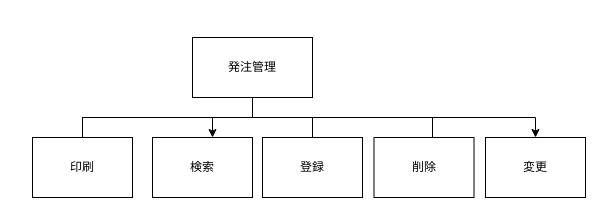
This is サブシステム構造図/発注管理.drawio from Yamanin3/system-devel, a draw.io file, before an edit. Source tidied: cells renumbered, new cells numbered last; positions are measured from the earlier drawing's top-left corner, leaving out a move shared by most shapes. Both pictures are drawn from the tidied source at 100%, with x=0, y=0 at pixel (32, 37).
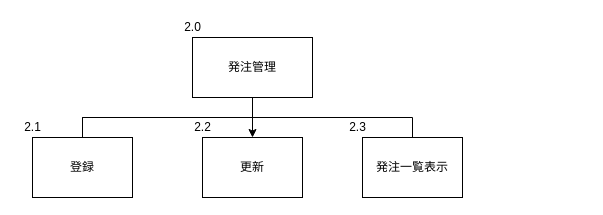
Above is the later version.

Commit message (it also covers changes not shown here):
発注管理IPOと構造図を完成

The edit, as a diff of the source:
```diff
@@
 <mxGraphModel>
   <root>
     <mxCell id="0" />
     <mxCell id="1" parent="0" />
     <mxCell id="2" value="発注管理" style="whiteSpace=wrap;html=1;align=center;" parent="1" vertex="1">
       <mxGeometry x="160" width="120" height="60" as="geometry" />
     </mxCell>
-    <mxCell id="3" value="登録" style="whiteSpace=wrap;html=1;align=center;verticalAlign=middle;" parent="1" vertex="1">
-      <mxGeometry x="230" y="100" width="100" height="60" as="geometry" />
+    <mxCell id="3" value="発注一覧表示" style="whiteSpace=wrap;html=1;align=center;verticalAlign=middle;" parent="1" vertex="1">
+      <mxGeometry x="330" y="100" width="100" height="60" as="geometry" />
     </mxCell>
     <mxCell id="4" style="edgeStyle=elbowEdgeStyle;elbow=vertical;startArrow=none;endArrow=none;rounded=0;" parent="1" edge="1" target="3">
       <mxGeometry relative="1" as="geometry">
         <mxPoint x="220" y="60" as="sourcePoint" />
       </mxGeometry>
     </mxCell>
-    <mxCell id="5" style="edgeStyle=orthogonalEdgeStyle;rounded=0;jettySize=auto;html=1;" parent="1" edge="1" source="6" target="7">
-      <mxGeometry relative="1" as="geometry">
-        <Array as="points">
-          <mxPoint x="400" y="80" />
-          <mxPoint x="503" y="80" />
-        </Array>
-      </mxGeometry>
-    </mxCell>
-    <mxCell id="6" value="削除" style="whiteSpace=wrap;html=1;align=center;verticalAlign=middle;" parent="1" vertex="1">
-      <mxGeometry x="341.5" y="100" width="100" height="60" as="geometry" />
-    </mxCell>
-    <mxCell id="7" value="変更" style="whiteSpace=wrap;html=1;align=center;verticalAlign=middle;" parent="1" vertex="1">
-      <mxGeometry x="453" y="100" width="100" height="60" as="geometry" />
-    </mxCell>
-    <mxCell id="8" style="edgeStyle=elbowEdgeStyle;elbow=vertical;startArrow=none;endArrow=none;rounded=0;" parent="1" edge="1" target="6">
-      <mxGeometry relative="1" as="geometry">
-        <mxPoint x="240" y="80" as="sourcePoint" />
-        <Array as="points">
-          <mxPoint x="400" y="80" />
-          <mxPoint x="370" y="80" />
-        </Array>
-      </mxGeometry>
-    </mxCell>
     <mxCell id="9" style="edgeStyle=orthogonalEdgeStyle;rounded=0;jettySize=auto;html=1;" parent="1" edge="1" source="10" target="11">
       <mxGeometry relative="1" as="geometry">
         <Array as="points">
           <mxPoint x="50" y="80" />
-          <mxPoint x="180" y="80" />
+          <mxPoint x="220" y="80" />
         </Array>
       </mxGeometry>
     </mxCell>
-    <mxCell id="10" value="印刷" style="whiteSpace=wrap;html=1;align=center;verticalAlign=middle;" parent="1" vertex="1">
+    <mxCell id="10" value="登録" style="whiteSpace=wrap;html=1;align=center;verticalAlign=middle;" parent="1" vertex="1">
       <mxGeometry y="100" width="100" height="60" as="geometry" />
     </mxCell>
-    <mxCell id="11" value="検索" style="whiteSpace=wrap;html=1;align=center;verticalAlign=middle;" parent="1" vertex="1">
-      <mxGeometry x="120" y="100" width="100" height="60" as="geometry" />
+    <mxCell id="11" value="更新" style="whiteSpace=wrap;html=1;align=center;verticalAlign=middle;" parent="1" vertex="1">
+      <mxGeometry x="170" y="100" width="100" height="60" as="geometry" />
     </mxCell>
     <mxCell id="12" style="edgeStyle=elbowEdgeStyle;elbow=vertical;startArrow=none;endArrow=none;rounded=0;exitX=0.5;exitY=1;exitDx=0;exitDy=0;" parent="1" edge="1" source="2" target="10">
       <mxGeometry relative="1" as="geometry" />
     </mxCell>
+    <mxCell id="13" value="2.0" style="text;html=1;align=center;verticalAlign=middle;fillColor=none;strokeColor=none;rounded=0;" parent="1" vertex="1">
+      <mxGeometry x="145" y="-20" width="30" height="20" as="geometry" />
+    </mxCell>
+    <mxCell id="14" value="2.1" style="text;html=1;align=center;verticalAlign=middle;fillColor=none;strokeColor=none;rounded=0;" parent="1" vertex="1">
+      <mxGeometry x="-15" y="80" width="30" height="20" as="geometry" />
+    </mxCell>
+    <mxCell id="15" value="2.2" style="text;html=1;align=center;verticalAlign=middle;fillColor=none;strokeColor=none;rounded=0;" parent="1" vertex="1">
+      <mxGeometry x="155" y="80" width="30" height="20" as="geometry" />
+    </mxCell>
+    <mxCell id="16" value="2.3" style="text;html=1;align=center;verticalAlign=middle;fillColor=none;strokeColor=none;rounded=0;" parent="1" vertex="1">
+      <mxGeometry x="310" y="80" width="30" height="20" as="geometry" />
+    </mxCell>
   </root>
 </mxGraphModel>
```
